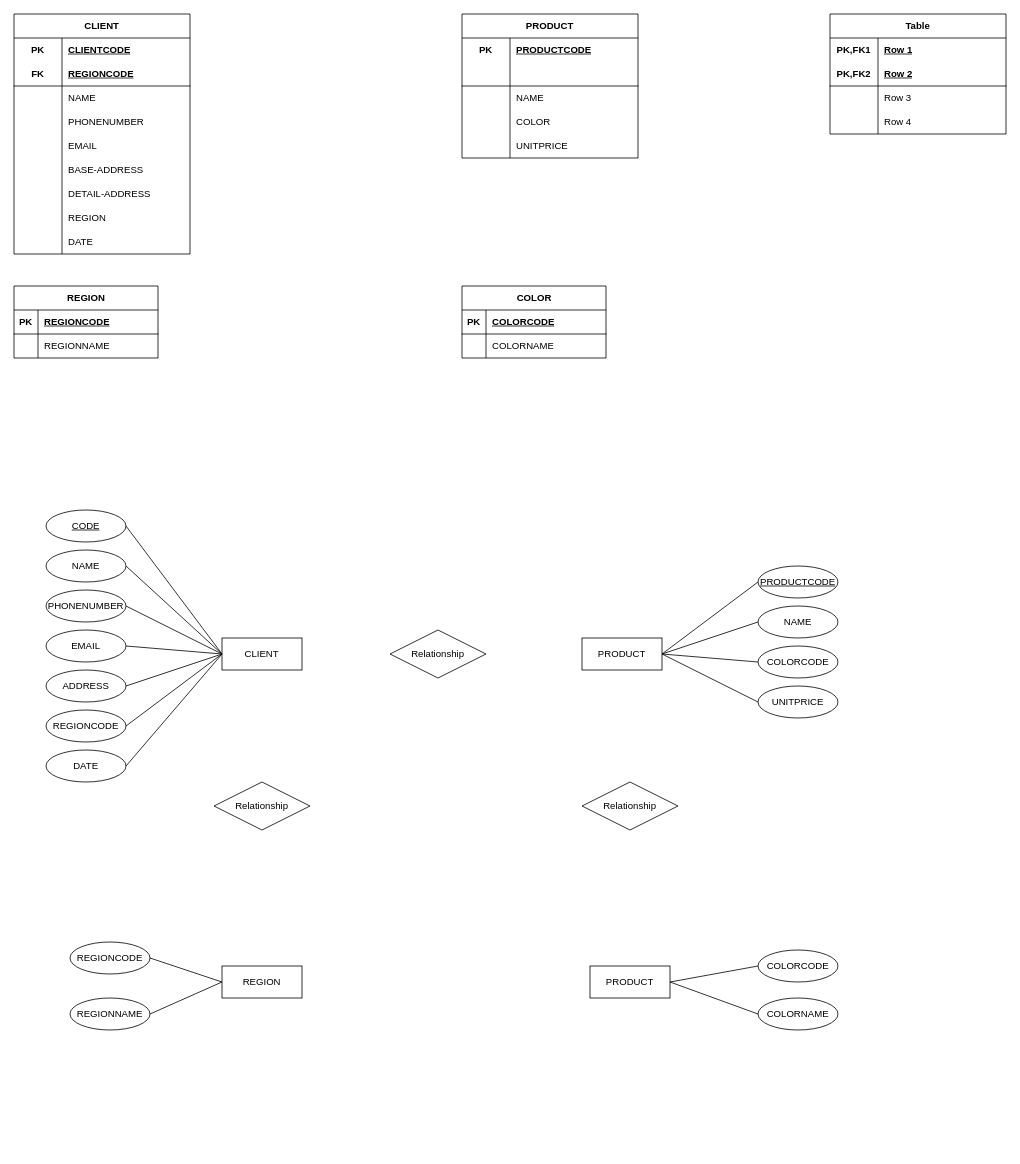
Earlier version of the draw.io diagram online EC platform.drawio (kkcf0123/oracleSource1). Source tidied: cells renumbered, new cells numbered last; positions are measured from the earlier drawing's top-left corner, leaving out a move shared by most shapes. Both pictures are drawn from the tidied source at 80%, with x=0, y=0 at pixel (14, 14).
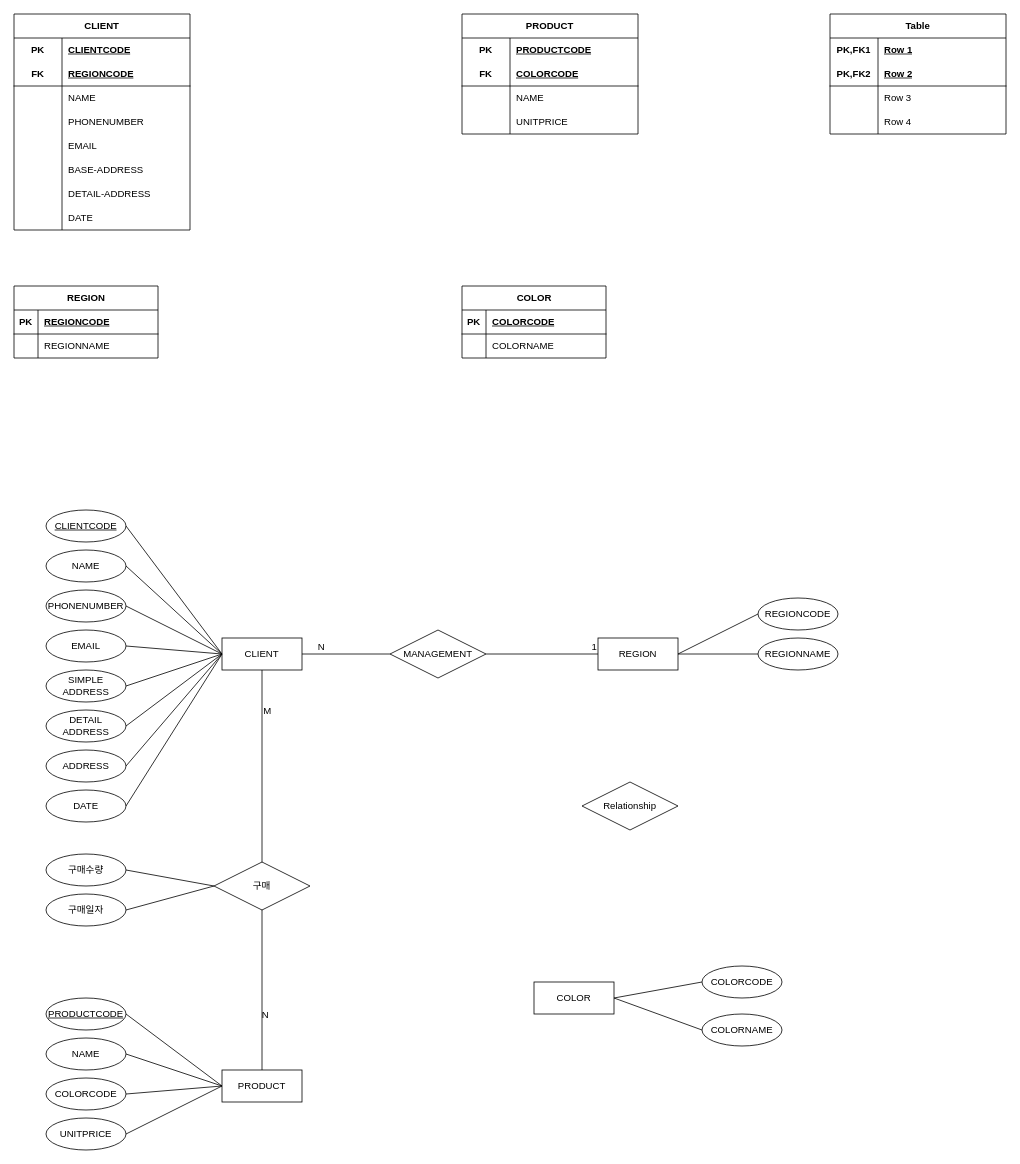
After the change.

The change refers to these unchanged cells:
```xml
<mxCell id="34" style="shape=tableRow;horizontal=0;startSize=0;swimlaneHead=0;swimlaneBody=0;fillColor=none;top=0;left=0;right=0;bottom=1;html=1;" parent="30" vertex="1">
  <mxGeometry y="60" width="220" height="30" as="geometry" />
</mxCell>
<mxCell id="59" value="CLIENT" style="whiteSpace=wrap;html=1;align=center;" parent="1" vertex="1">
  <mxGeometry x="260" y="780" width="100" height="40" as="geometry" />
</mxCell>
```

Diff of the diagram source:
```diff
@@
     <mxCell id="2" value="CLIENT" style="shape=table;startSize=30;childLayout=tableLayout;rowLines=0;fontStyle=1;align=center;html=1;whiteSpace=wrap;" parent="1" vertex="1">
-      <mxGeometry width="220" height="300" as="geometry" />
+      <mxGeometry width="220" height="270" as="geometry" />
     </mxCell>
@@
-    <mxCell id="24" style="shape=tableRow;horizontal=0;startSize=0;swimlaneHead=0;swimlaneBody=0;fillColor=none;top=0;left=0;right=0;bottom=0;html=1;" parent="2" vertex="1">
-      <mxGeometry y="240" width="220" height="30" as="geometry" />
-    </mxCell>
-    <mxCell id="25" style="shape=partialRectangle;fillColor=none;top=0;left=0;bottom=0;right=0;overflow=hidden;html=1;whiteSpace=wrap;" parent="24" vertex="1">
-      <mxGeometry width="60" height="30" as="geometry" />
-    </mxCell>
-    <mxCell id="26" value="REGION" style="shape=partialRectangle;fillColor=none;top=0;left=0;bottom=0;right=0;align=left;spacingLeft=6;overflow=hidden;html=1;whiteSpace=wrap;" parent="24" vertex="1">
-      <mxGeometry x="60" width="160" height="30" as="geometry" />
-    </mxCell>
     <mxCell id="27" style="shape=tableRow;horizontal=0;startSize=0;swimlaneHead=0;swimlaneBody=0;fillColor=none;top=0;left=0;right=0;bottom=0;html=1;" parent="2" vertex="1">
-      <mxGeometry y="270" width="220" height="30" as="geometry" />
+      <mxGeometry y="240" width="220" height="30" as="geometry" />
     </mxCell>
@@
     <mxCell id="30" value="PRODUCT" style="shape=table;startSize=30;childLayout=tableLayout;rowLines=0;fontStyle=1;align=center;html=1;whiteSpace=wrap;" parent="1" vertex="1">
-      <mxGeometry x="560" width="220" height="180" as="geometry" />
+      <mxGeometry x="560" width="220" height="150" as="geometry" />
     </mxCell>
@@
-    <mxCell id="35" style="shape=partialRectangle;fillColor=none;top=0;left=0;bottom=0;right=0;fontStyle=1;overflow=hidden;html=1;whiteSpace=wrap;" parent="34" vertex="1">
+    <mxCell id="35" value="FK" style="shape=partialRectangle;fillColor=none;top=0;left=0;bottom=0;right=0;fontStyle=1;overflow=hidden;html=1;whiteSpace=wrap;" parent="34" vertex="1">
       <mxGeometry width="60" height="30" as="geometry" />
     </mxCell>
-    <mxCell id="36" style="shape=partialRectangle;fillColor=none;top=0;left=0;bottom=0;right=0;align=left;spacingLeft=6;fontStyle=5;overflow=hidden;html=1;whiteSpace=wrap;" parent="34" vertex="1">
+    <mxCell id="36" value="COLORCODE" style="shape=partialRectangle;fillColor=none;top=0;left=0;bottom=0;right=0;align=left;spacingLeft=6;fontStyle=5;overflow=hidden;html=1;whiteSpace=wrap;" parent="34" vertex="1">
       <mxGeometry x="60" width="160" height="30" as="geometry" />
     </mxCell>
@@
-    <mxCell id="40" style="shape=tableRow;horizontal=0;startSize=0;swimlaneHead=0;swimlaneBody=0;fillColor=none;top=0;left=0;right=0;bottom=0;html=1;" parent="30" vertex="1">
-      <mxGeometry y="120" width="220" height="30" as="geometry" />
-    </mxCell>
-    <mxCell id="41" style="shape=partialRectangle;fillColor=none;top=0;left=0;bottom=0;right=0;overflow=hidden;html=1;whiteSpace=wrap;" parent="40" vertex="1">
-      <mxGeometry width="60" height="30" as="geometry" />
-    </mxCell>
-    <mxCell id="42" value="COLOR" style="shape=partialRectangle;fillColor=none;top=0;left=0;bottom=0;right=0;align=left;spacingLeft=6;overflow=hidden;html=1;whiteSpace=wrap;" parent="40" vertex="1">
-      <mxGeometry x="60" width="160" height="30" as="geometry" />
-    </mxCell>
     <mxCell id="43" style="shape=tableRow;horizontal=0;startSize=0;swimlaneHead=0;swimlaneBody=0;fillColor=none;top=0;left=0;right=0;bottom=0;html=1;" parent="30" vertex="1">
-      <mxGeometry y="150" width="220" height="30" as="geometry" />
+      <mxGeometry y="120" width="220" height="30" as="geometry" />
     </mxCell>
@@
-    <mxCell id="60" value="CODE" style="ellipse;whiteSpace=wrap;html=1;align=center;fontStyle=4;" parent="1" vertex="1">
+    <mxCell id="60" value="CLIENTCODE" style="ellipse;whiteSpace=wrap;html=1;align=center;fontStyle=4;" parent="1" vertex="1">
       <mxGeometry x="40" y="620" width="100" height="40" as="geometry" />
     </mxCell>
@@
-    <mxCell id="64" value="ADDRESS" style="ellipse;whiteSpace=wrap;html=1;align=center;" parent="1" vertex="1">
-      <mxGeometry x="40" y="820" width="100" height="40" as="geometry" />
-    </mxCell>
-    <mxCell id="65" value="REGIONCODE" style="ellipse;whiteSpace=wrap;html=1;align=center;" parent="1" vertex="1">
-      <mxGeometry x="40" y="870" width="100" height="40" as="geometry" />
+    <mxCell id="65" value="ADDRESS" style="ellipse;whiteSpace=wrap;html=1;align=center;" parent="1" vertex="1">
+      <mxGeometry x="40" y="920" width="100" height="40" as="geometry" />
     </mxCell>
     <mxCell id="66" value="DATE" style="ellipse;whiteSpace=wrap;html=1;align=center;" parent="1" vertex="1">
-      <mxGeometry x="40" y="920" width="100" height="40" as="geometry" />
+      <mxGeometry x="40" y="970" width="100" height="40" as="geometry" />
     </mxCell>
@@
-    <mxCell id="81" value="PRODUCT" style="whiteSpace=wrap;html=1;align=center;" parent="1" vertex="1">
-      <mxGeometry x="710" y="780" width="100" height="40" as="geometry" />
-    </mxCell>
-    <mxCell id="82" value="PRODUCTCODE" style="ellipse;whiteSpace=wrap;html=1;align=center;fontStyle=4;" parent="1" vertex="1">
-      <mxGeometry x="930" y="690" width="100" height="40" as="geometry" />
-    </mxCell>
-    <mxCell id="83" value="NAME" style="ellipse;whiteSpace=wrap;html=1;align=center;" parent="1" vertex="1">
-      <mxGeometry x="930" y="740" width="100" height="40" as="geometry" />
-    </mxCell>
-    <mxCell id="84" value="COLORCODE" style="ellipse;whiteSpace=wrap;html=1;align=center;" parent="1" vertex="1">
-      <mxGeometry x="930" y="790" width="100" height="40" as="geometry" />
-    </mxCell>
-    <mxCell id="85" value="UNITPRICE" style="ellipse;whiteSpace=wrap;html=1;align=center;" parent="1" vertex="1">
-      <mxGeometry x="930" y="840" width="100" height="40" as="geometry" />
-    </mxCell>
@@
-    <mxCell id="90" style="endArrow=none;html=1;rounded=0;exitX=1;exitY=0.5;exitDx=0;exitDy=0;" parent="1" edge="1" source="64">
-      <mxGeometry relative="1" as="geometry">
-        <mxPoint x="260" y="800" as="targetPoint" />
-      </mxGeometry>
-    </mxCell>
@@
-    <mxCell id="93" style="endArrow=none;html=1;rounded=0;exitX=0;exitY=0.5;exitDx=0;exitDy=0;entryX=1;entryY=0.5;entryDx=0;entryDy=0;" parent="1" edge="1" source="82" target="81">
-      <mxGeometry relative="1" as="geometry" />
-    </mxCell>
-    <mxCell id="94" style="endArrow=none;html=1;rounded=0;exitX=0;exitY=0.5;exitDx=0;exitDy=0;" parent="1" edge="1" source="83">
-      <mxGeometry relative="1" as="geometry">
-        <mxPoint x="810" y="800" as="targetPoint" />
-      </mxGeometry>
-    </mxCell>
-    <mxCell id="95" style="endArrow=none;html=1;rounded=0;exitX=0;exitY=0.5;exitDx=0;exitDy=0;entryX=1;entryY=0.5;entryDx=0;entryDy=0;" parent="1" edge="1" source="84" target="81">
-      <mxGeometry relative="1" as="geometry" />
-    </mxCell>
-    <mxCell id="96" style="endArrow=none;html=1;rounded=0;exitX=0;exitY=0.5;exitDx=0;exitDy=0;entryX=1;entryY=0.5;entryDx=0;entryDy=0;" parent="1" edge="1" source="85" target="81">
-      <mxGeometry relative="1" as="geometry" />
-    </mxCell>
     <mxCell id="97" value="REGION" style="whiteSpace=wrap;html=1;align=center;" parent="1" vertex="1">
-      <mxGeometry x="260" y="1190" width="100" height="40" as="geometry" />
+      <mxGeometry x="730" y="780" width="100" height="40" as="geometry" />
     </mxCell>
     <mxCell id="98" value="REGIONNAME" style="ellipse;whiteSpace=wrap;html=1;align=center;" parent="1" vertex="1">
-      <mxGeometry x="70" y="1230" width="100" height="40" as="geometry" />
+      <mxGeometry x="930" y="780" width="100" height="40" as="geometry" />
     </mxCell>
     <mxCell id="99" value="REGIONCODE" style="ellipse;whiteSpace=wrap;html=1;align=center;" parent="1" vertex="1">
-      <mxGeometry x="70" y="1160" width="100" height="40" as="geometry" />
+      <mxGeometry x="930" y="730" width="100" height="40" as="geometry" />
     </mxCell>
-    <mxCell id="100" style="endArrow=none;html=1;rounded=0;exitX=1;exitY=0.5;exitDx=0;exitDy=0;entryX=0;entryY=0.5;entryDx=0;entryDy=0;" parent="1" edge="1" source="99" target="97">
+    <mxCell id="100" style="endArrow=none;html=1;rounded=0;exitX=0;exitY=0.5;exitDx=0;exitDy=0;entryX=1;entryY=0.5;entryDx=0;entryDy=0;" parent="1" edge="1" source="99" target="97">
       <mxGeometry relative="1" as="geometry" />
     </mxCell>
-    <mxCell id="101" style="endArrow=none;html=1;rounded=0;exitX=1;exitY=0.5;exitDx=0;exitDy=0;" parent="1" edge="1" source="98">
-      <mxGeometry relative="1" as="geometry">
-        <mxPoint x="260" y="1210" as="targetPoint" />
-      </mxGeometry>
+    <mxCell id="101" style="endArrow=none;html=1;rounded=0;exitX=0;exitY=0.5;exitDx=0;exitDy=0;entryX=1;entryY=0.5;entryDx=0;entryDy=0;" parent="1" edge="1" source="98" target="97">
+      <mxGeometry relative="1" as="geometry" />
     </mxCell>
-    <mxCell id="102" value="PRODUCT" style="whiteSpace=wrap;html=1;align=center;" parent="1" vertex="1">
-      <mxGeometry x="720" y="1190" width="100" height="40" as="geometry" />
+    <mxCell id="102" value="COLOR" style="whiteSpace=wrap;html=1;align=center;" parent="1" vertex="1">
+      <mxGeometry x="650" y="1210" width="100" height="40" as="geometry" />
     </mxCell>
     <mxCell id="103" value="COLORNAME" style="ellipse;whiteSpace=wrap;html=1;align=center;" parent="1" vertex="1">
-      <mxGeometry x="930" y="1230" width="100" height="40" as="geometry" />
+      <mxGeometry x="860" y="1250" width="100" height="40" as="geometry" />
     </mxCell>
     <mxCell id="104" value="COLORCODE" style="ellipse;whiteSpace=wrap;html=1;align=center;" parent="1" vertex="1">
-      <mxGeometry x="930" y="1170" width="100" height="40" as="geometry" />
+      <mxGeometry x="860" y="1190" width="100" height="40" as="geometry" />
     </mxCell>
@@
-    <mxCell id="107" value="Relationship" style="shape=rhombus;perimeter=rhombusPerimeter;whiteSpace=wrap;html=1;align=center;" parent="1" vertex="1">
-      <mxGeometry x="250" y="960" width="120" height="60" as="geometry" />
-    </mxCell>
@@
-    <mxCell id="109" value="Relationship" style="shape=rhombus;perimeter=rhombusPerimeter;whiteSpace=wrap;html=1;align=center;" parent="1" vertex="1">
+    <mxCell id="109" value="MANAGEMENT" style="shape=rhombus;perimeter=rhombusPerimeter;whiteSpace=wrap;html=1;align=center;" parent="1" vertex="1">
       <mxGeometry x="470" y="770" width="120" height="60" as="geometry" />
     </mxCell>
+    <mxCell id="110" value="DETAIL&lt;br&gt;ADDRESS" style="ellipse;whiteSpace=wrap;html=1;align=center;" parent="1" vertex="1">
+      <mxGeometry x="40" y="870" width="100" height="40" as="geometry" />
+    </mxCell>
+    <mxCell id="111" value="SIMPLE&lt;br&gt;ADDRESS" style="ellipse;whiteSpace=wrap;html=1;align=center;" parent="1" vertex="1">
+      <mxGeometry x="40" y="820" width="100" height="40" as="geometry" />
+    </mxCell>
+    <mxCell id="112" style="endArrow=none;html=1;rounded=0;exitX=1;exitY=0.5;exitDx=0;exitDy=0;" parent="1" edge="1" source="111">
+      <mxGeometry relative="1" as="geometry">
+        <mxPoint x="260" y="800" as="targetPoint" />
+      </mxGeometry>
+    </mxCell>
+    <mxCell id="113" style="endArrow=none;html=1;rounded=0;exitX=1;exitY=0.5;exitDx=0;exitDy=0;" parent="1" edge="1" source="110">
+      <mxGeometry relative="1" as="geometry">
+        <mxPoint x="260" y="800" as="targetPoint" />
+      </mxGeometry>
+    </mxCell>
+    <mxCell id="81" value="PRODUCT" style="whiteSpace=wrap;html=1;align=center;" parent="1" vertex="1">
+      <mxGeometry x="260" y="1320" width="100" height="40" as="geometry" />
+    </mxCell>
+    <mxCell id="82" value="PRODUCTCODE" style="ellipse;whiteSpace=wrap;html=1;align=center;fontStyle=4;" parent="1" vertex="1">
+      <mxGeometry x="40" y="1230" width="100" height="40" as="geometry" />
+    </mxCell>
+    <mxCell id="83" value="NAME" style="ellipse;whiteSpace=wrap;html=1;align=center;" parent="1" vertex="1">
+      <mxGeometry x="40" y="1280" width="100" height="40" as="geometry" />
+    </mxCell>
+    <mxCell id="84" value="COLORCODE" style="ellipse;whiteSpace=wrap;html=1;align=center;" parent="1" vertex="1">
+      <mxGeometry x="40" y="1330" width="100" height="40" as="geometry" />
+    </mxCell>
+    <mxCell id="85" value="UNITPRICE" style="ellipse;whiteSpace=wrap;html=1;align=center;" parent="1" vertex="1">
+      <mxGeometry x="40" y="1380" width="100" height="40" as="geometry" />
+    </mxCell>
+    <mxCell id="93" style="endArrow=none;html=1;rounded=0;exitX=1;exitY=0.5;exitDx=0;exitDy=0;entryX=0;entryY=0.5;entryDx=0;entryDy=0;" parent="1" edge="1" source="82" target="81">
+      <mxGeometry relative="1" as="geometry" />
+    </mxCell>
+    <mxCell id="114" style="endArrow=none;html=1;rounded=0;exitX=1;exitY=0.5;exitDx=0;exitDy=0;" parent="1" edge="1" source="83">
+      <mxGeometry relative="1" as="geometry">
+        <mxPoint x="260" y="1340" as="targetPoint" />
+      </mxGeometry>
+    </mxCell>
+    <mxCell id="115" style="endArrow=none;html=1;rounded=0;exitX=1;exitY=0.5;exitDx=0;exitDy=0;" parent="1" edge="1" source="84">
+      <mxGeometry relative="1" as="geometry">
+        <mxPoint x="260" y="1340" as="targetPoint" />
+      </mxGeometry>
+    </mxCell>
+    <mxCell id="116" style="endArrow=none;html=1;rounded=0;exitX=1;exitY=0.5;exitDx=0;exitDy=0;" parent="1" edge="1" source="85">
+      <mxGeometry relative="1" as="geometry">
+        <mxPoint x="260" y="1340" as="targetPoint" />
+      </mxGeometry>
+    </mxCell>
+    <mxCell id="117" style="endArrow=none;html=1;rounded=0;entryX=1;entryY=0.5;entryDx=0;entryDy=0;exitX=0;exitY=0.5;exitDx=0;exitDy=0;" parent="1" edge="1" source="109" target="59">
+      <mxGeometry relative="1" as="geometry" />
+    </mxCell>
+    <mxCell id="118" value="N" style="html=1;whiteSpace=wrap;align=right;verticalAlign=bottom;" parent="117" vertex="1">
+      <mxGeometry x="1" relative="1" as="geometry">
+        <mxPoint x="30" as="offset" />
+      </mxGeometry>
+    </mxCell>
+    <mxCell id="119" style="endArrow=none;html=1;rounded=0;exitX=1;exitY=0.5;exitDx=0;exitDy=0;entryX=0;entryY=0.5;entryDx=0;entryDy=0;" parent="1" edge="1" source="109" target="97">
+      <mxGeometry relative="1" as="geometry" />
+    </mxCell>
+    <mxCell id="120" value="1" style="html=1;whiteSpace=wrap;align=right;verticalAlign=bottom;" parent="119" vertex="1">
+      <mxGeometry x="1" relative="1" as="geometry" />
+    </mxCell>
+    <mxCell id="121" style="endArrow=none;html=1;rounded=0;exitX=0.5;exitY=1;exitDx=0;exitDy=0;entryX=0.5;entryY=0;entryDx=0;entryDy=0;" parent="1" edge="1" source="59" target="81">
+      <mxGeometry relative="1" as="geometry" />
+    </mxCell>
+    <mxCell id="122" value="M" style="html=1;whiteSpace=wrap;align=left;verticalAlign=bottom;" parent="121" vertex="1">
+      <mxGeometry x="-1" relative="1" as="geometry">
+        <mxPoint y="60" as="offset" />
+      </mxGeometry>
+    </mxCell>
+    <mxCell id="123" value="N" style="html=1;whiteSpace=wrap;align=right;verticalAlign=bottom;" parent="121" vertex="1">
+      <mxGeometry x="1" relative="1" as="geometry">
+        <mxPoint x="10" y="-60" as="offset" />
+      </mxGeometry>
+    </mxCell>
+    <mxCell id="107" value="구매" style="shape=rhombus;perimeter=rhombusPerimeter;whiteSpace=wrap;html=1;align=center;" parent="1" vertex="1">
+      <mxGeometry x="250" y="1060" width="120" height="60" as="geometry" />
+    </mxCell>
+    <mxCell id="124" value="구매일자" style="ellipse;whiteSpace=wrap;html=1;align=center;" parent="1" vertex="1">
+      <mxGeometry x="40" y="1100" width="100" height="40" as="geometry" />
+    </mxCell>
+    <mxCell id="125" value="구매수량" style="ellipse;whiteSpace=wrap;html=1;align=center;" parent="1" vertex="1">
+      <mxGeometry x="40" y="1050" width="100" height="40" as="geometry" />
+    </mxCell>
+    <mxCell id="126" style="endArrow=none;html=1;rounded=0;exitX=1;exitY=0.5;exitDx=0;exitDy=0;" parent="1" edge="1" source="125">
+      <mxGeometry relative="1" as="geometry">
+        <mxPoint x="250" y="1090" as="targetPoint" />
+      </mxGeometry>
+    </mxCell>
+    <mxCell id="127" style="endArrow=none;html=1;rounded=0;exitX=1;exitY=0.5;exitDx=0;exitDy=0;entryX=0;entryY=0.5;entryDx=0;entryDy=0;" parent="1" edge="1" source="124" target="107">
+      <mxGeometry relative="1" as="geometry" />
+    </mxCell>
```
